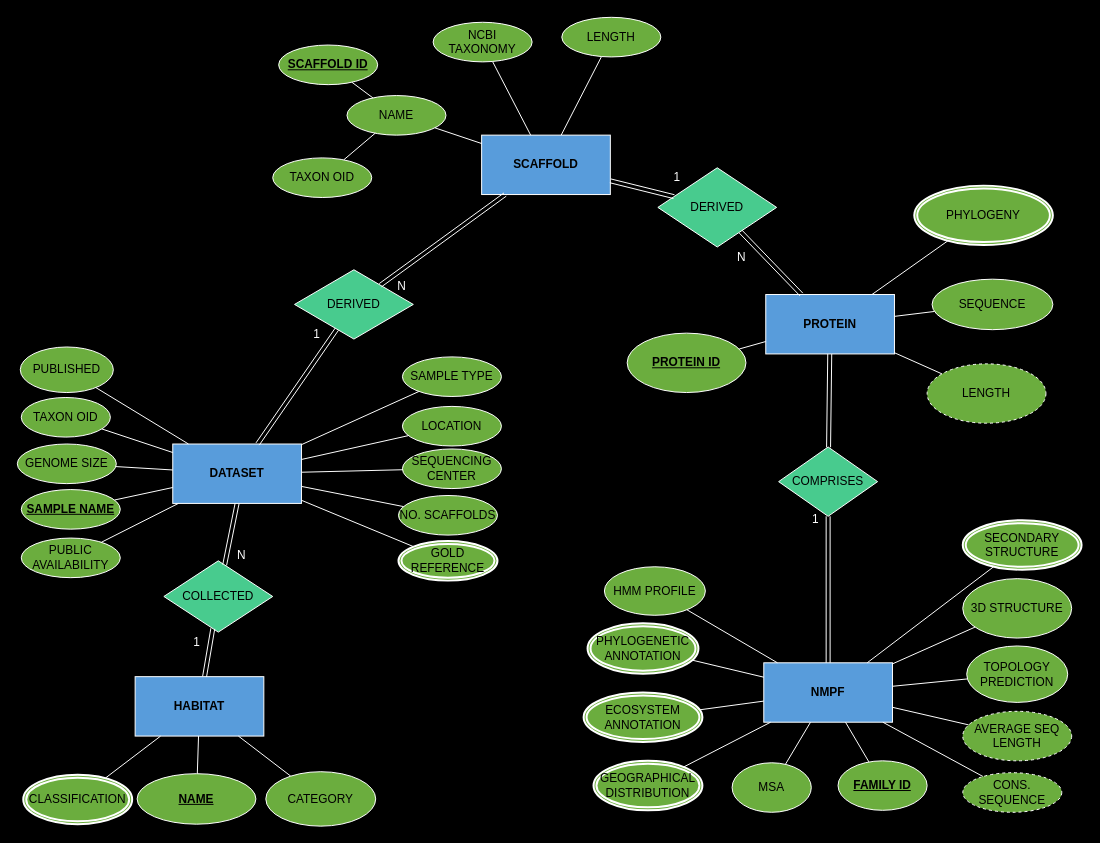
The draw.io diagram Ανώνυμο διάγραμμα.drawio in IceGreb/db_project, before the edit. Source tidied: cells renumbered, new cells numbered last; positions are measured from the earlier drawing's top-left corner, leaving out a move shared by most shapes. Both pictures are drawn from the tidied source at 99%, with x=0, y=0 at pixel (17, 17).
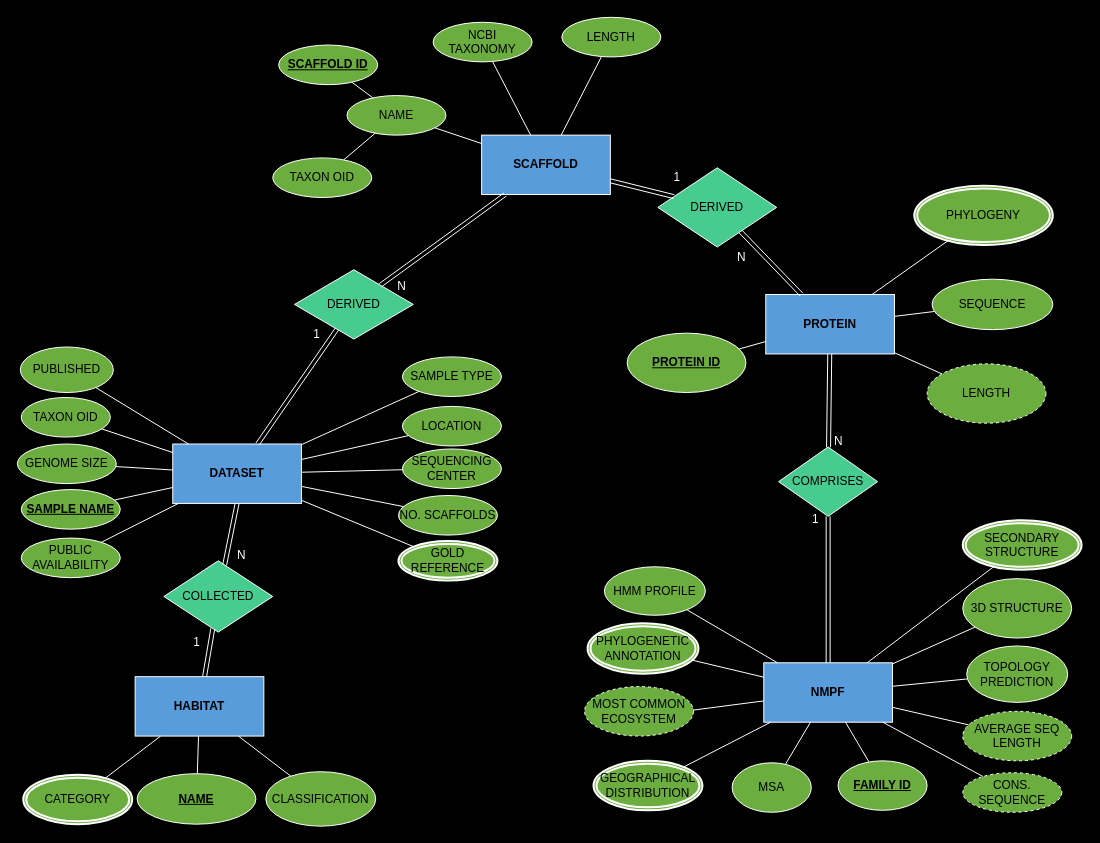
The same diagram, later.

Unchanged cells that the change refers to:
```xml
<mxCell id="2" value="NMPF" style="rounded=0;whiteSpace=wrap;html=1;labelBackgroundColor=none;fontFamily=Helvetica;strokeColor=#FFFFFF;fillColor=#589cdb;fontColor=#000000;fontStyle=1;" parent="1" vertex="1">
  <mxGeometry x="754" y="652" width="130" height="60" as="geometry" />
</mxCell>
```

The edit, as a diff of the source:
```diff
@@
-    <mxCell id="49" value="CATEGORY" style="ellipse;whiteSpace=wrap;html=1;align=center;labelBackgroundColor=none;fontFamily=Helvetica;fillColor=#6bad3e;strokeColor=#FFFFFF;fontColor=#000000;labelBorderColor=none;fontStyle=0;" parent="1" vertex="1">
+    <mxCell id="49" value="CLASSIFICATION" style="ellipse;whiteSpace=wrap;html=1;align=center;labelBackgroundColor=none;fontFamily=Helvetica;fillColor=#6bad3e;strokeColor=#FFFFFF;fontColor=#000000;labelBorderColor=none;fontStyle=0;" parent="1" vertex="1">
       <mxGeometry x="251" y="762" width="111" height="55" as="geometry" />
     </mxCell>
@@
-    <mxCell id="57" value="CLASSIFICATION" style="ellipse;shape=doubleEllipse;margin=3;whiteSpace=wrap;html=1;align=center;labelBackgroundColor=none;fontFamily=Helvetica;fillColor=#6bad3e;strokeColor=#FFFFFF;fontColor=#000000;labelBorderColor=none;fontStyle=0;strokeWidth=2;" parent="1" vertex="1">
+    <mxCell id="57" value="CATEGORY" style="ellipse;shape=doubleEllipse;margin=3;whiteSpace=wrap;html=1;align=center;labelBackgroundColor=none;fontFamily=Helvetica;fillColor=#6bad3e;strokeColor=#FFFFFF;fontColor=#000000;labelBorderColor=none;fontStyle=0;strokeWidth=2;" parent="1" vertex="1">
       <mxGeometry x="6" y="765" width="110" height="50" as="geometry" />
     </mxCell>
@@
-    <mxCell id="62" style="edgeStyle=none;shape=connector;rounded=0;jettySize=auto;html=1;labelBackgroundColor=default;strokeColor=#FFFFFF;align=center;verticalAlign=middle;fontFamily=Helvetica;fontSize=11;fontColor=default;endArrow=none;endFill=0;" parent="1" edge="1" source="63" target="2">
+    <mxCell id="62" style="edgeStyle=none;shape=connector;rounded=0;jettySize=auto;html=1;labelBackgroundColor=default;strokeColor=#FFFFFF;align=center;verticalAlign=middle;fontFamily=Helvetica;fontSize=11;fontColor=default;endArrow=none;endFill=0;exitX=0.982;exitY=0.48;exitDx=0;exitDy=0;exitPerimeter=0;" parent="1" edge="1" source="93" target="2">
       <mxGeometry relative="1" as="geometry" />
     </mxCell>
-    <mxCell id="63" value="ECOSYSTEM ANNOTATION" style="ellipse;shape=doubleEllipse;margin=3;whiteSpace=wrap;html=1;align=center;labelBackgroundColor=none;fontFamily=Helvetica;strokeColor=#FFFFFF;fillColor=#6bad3e;fontColor=#000000;labelBorderColor=none;fontStyle=0;strokeWidth=2;" parent="1" vertex="1">
-      <mxGeometry x="572" y="682" width="120" height="50" as="geometry" />
-    </mxCell>
@@
+    <mxCell id="92" value="N" style="html=1;whiteSpace=wrap;align=right;verticalAlign=bottom;labelBackgroundColor=none;fontFamily=Helvetica;fontColor=#FFFFFF;" parent="1" vertex="1">
+      <mxGeometry x="835" y="436" as="geometry" />
+    </mxCell>
+    <mxCell id="93" value="MOST COMMON ECOSYSTEM" style="ellipse;whiteSpace=wrap;html=1;align=center;dashed=1;labelBackgroundColor=none;fontFamily=Helvetica;fillColor=#6bad3e;gradientColor=none;strokeColor=#FFFFFF;fontColor=#000000;labelBorderColor=none;fontStyle=0;" parent="1" vertex="1">
+      <mxGeometry x="573" y="676" width="110" height="50" as="geometry" />
+    </mxCell>
```
